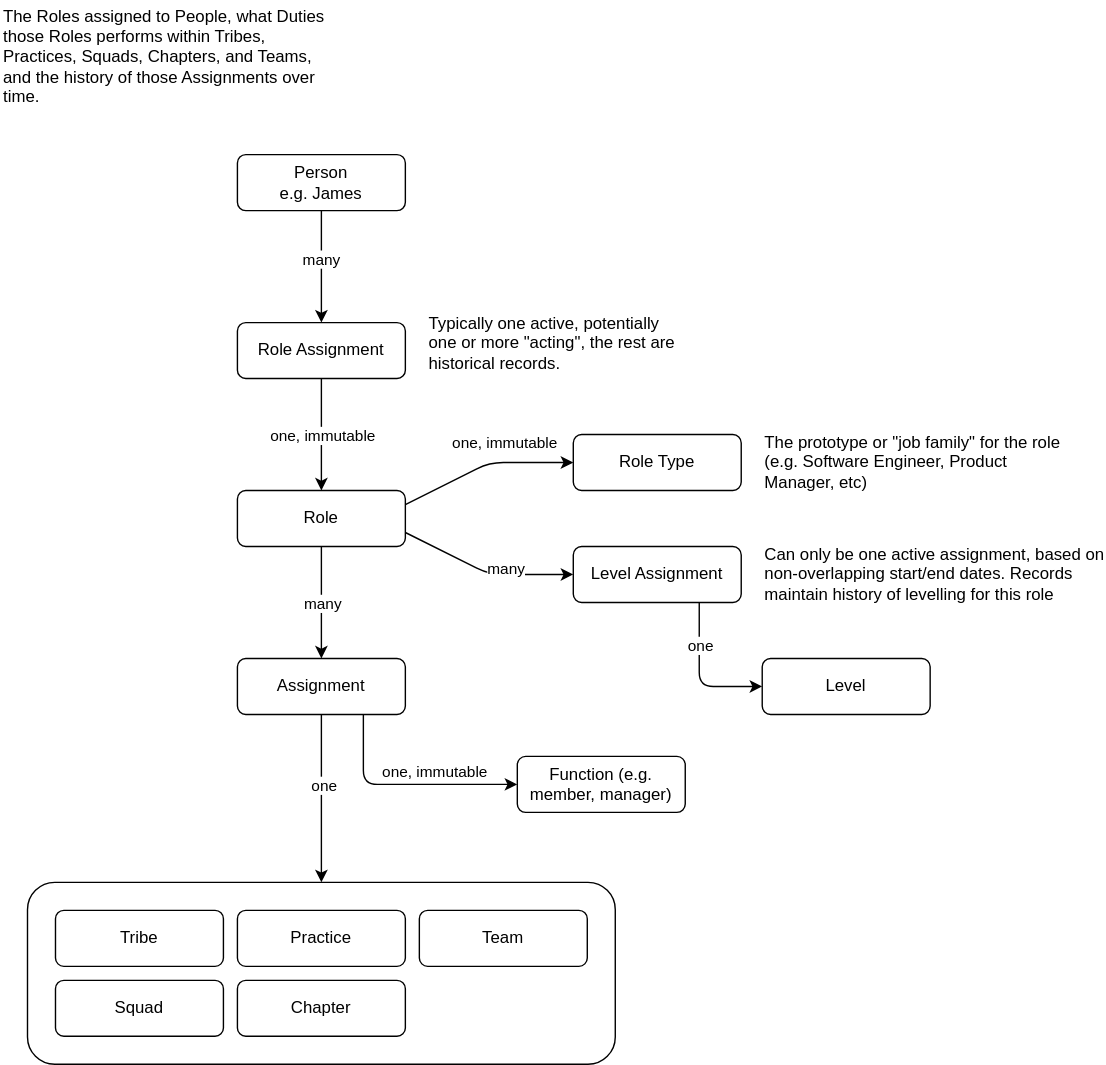
The draw.io diagram docs/data-v3.drawio.svg in jdotw/swamp, before a commit. Source tidied: cells renumbered, new cells last; positions are measured from the earlier drawing's top-left corner, leaving out a move shared by most shapes.
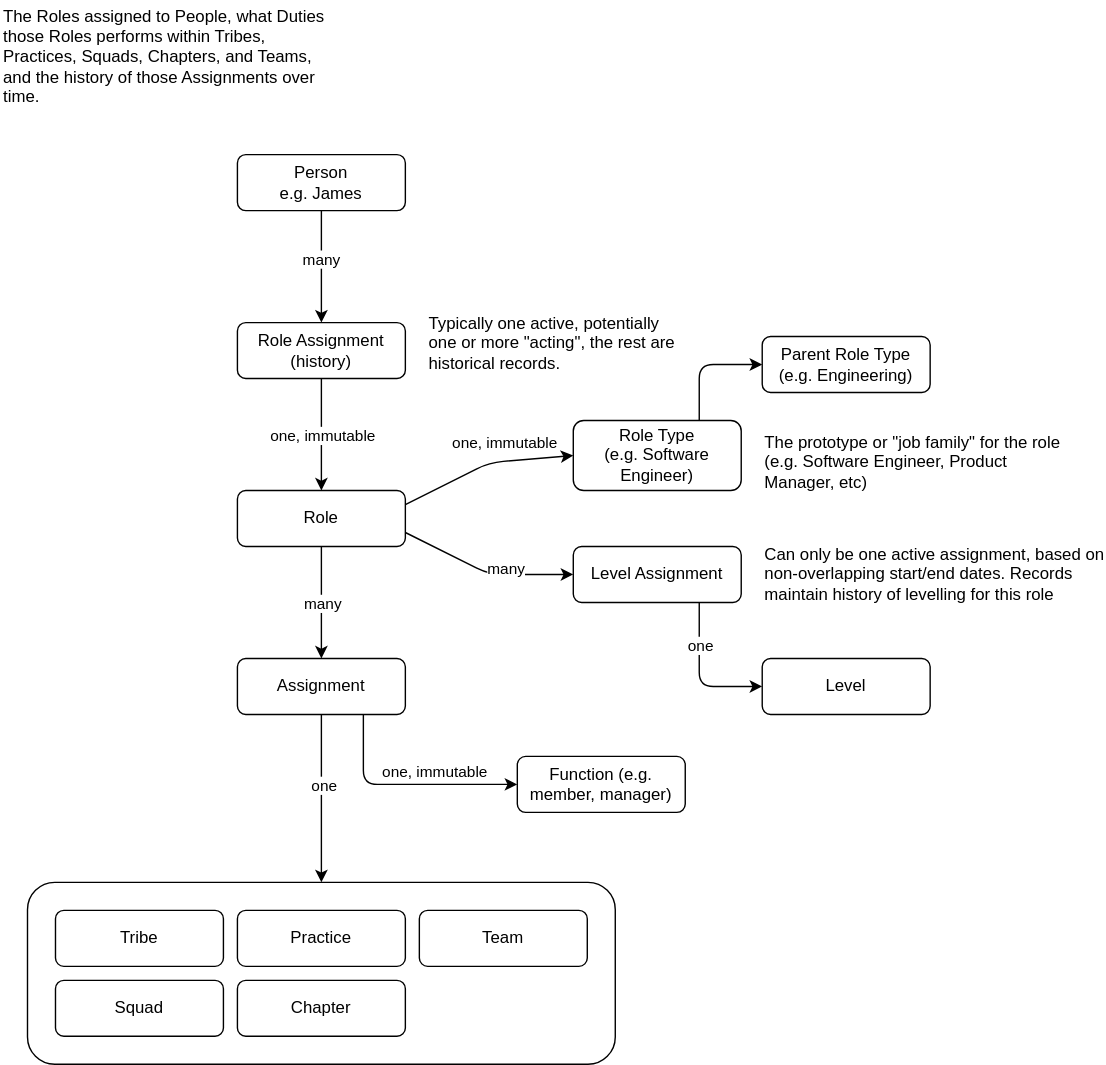
After the commit.

Diff of the diagram source:
```diff
@@ -24,14 +24,21 @@
         <mxPoint x="2" y="-21" as="offset" />
       </mxGeometry>
     </mxCell>
-    <mxCell id="8" value="Role Assignment" style="rounded=1;whiteSpace=wrap;html=1;" parent="1" vertex="1">
+    <mxCell id="8" value="Role Assignment (history)" style="rounded=1;whiteSpace=wrap;html=1;" parent="1" vertex="1">
       <mxGeometry x="169" y="230" width="120" height="40" as="geometry" />
     </mxCell>
     <mxCell id="9" value="Typically one active, potentially one or more &quot;acting&quot;, the rest are historical records." style="text;html=1;strokeColor=none;fillColor=none;align=left;verticalAlign=middle;whiteSpace=wrap;rounded=0;opacity=50;" parent="1" vertex="1">
       <mxGeometry x="304" y="230" width="190" height="30" as="geometry" />
     </mxCell>
+    <mxCell id="36" style="edgeStyle=none;html=1;exitX=0.75;exitY=0;exitDx=0;exitDy=0;entryX=0;entryY=0.5;entryDx=0;entryDy=0;" parent="1" edge="1" source="10" target="37">
+      <mxGeometry relative="1" as="geometry">
+        <Array as="points">
+          <mxPoint x="499" y="260" />
+        </Array>
+      </mxGeometry>
+    </mxCell>
-    <mxCell id="10" value="Role Type" style="rounded=1;whiteSpace=wrap;html=1;" parent="1" vertex="1">
-      <mxGeometry x="409" y="310" width="120" height="40" as="geometry" />
+    <mxCell id="10" value="Role Type&lt;br&gt;(e.g. Software Engineer)" style="rounded=1;whiteSpace=wrap;html=1;" parent="1" vertex="1">
+      <mxGeometry x="409" y="300" width="120" height="50" as="geometry" />
     </mxCell>
     <mxCell id="11" style="edgeStyle=none;html=1;exitX=0.75;exitY=1;exitDx=0;exitDy=0;entryX=0;entryY=0.5;entryDx=0;entryDy=0;" parent="1" edge="1" source="13" target="32">
       <mxGeometry relative="1" as="geometry">
@@ -132,5 +139,8 @@
         <mxPoint x="-39" y="35" as="offset" />
       </mxGeometry>
     </mxCell>
+    <mxCell id="37" value="Parent Role Type (e.g. Engineering)" style="rounded=1;whiteSpace=wrap;html=1;" parent="1" vertex="1">
+      <mxGeometry x="544" y="240" width="120" height="40" as="geometry" />
+    </mxCell>
   </root>
 </mxGraphModel>
```
